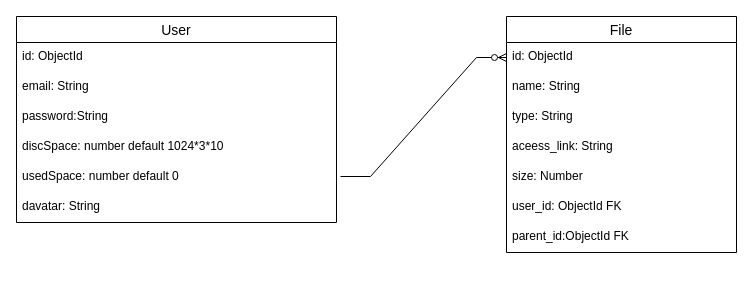
IImagII/cloudstorage keeps this draw.io diagram as createDiagram.drawio. Above is the earlier version. Source tidied: cells renumbered, new cells numbered last; positions are measured from the earlier drawing's top-left corner, leaving out a move shared by most shapes. Both pictures are drawn from the tidied source at 100%, with x=0, y=0 at pixel (16, 16).
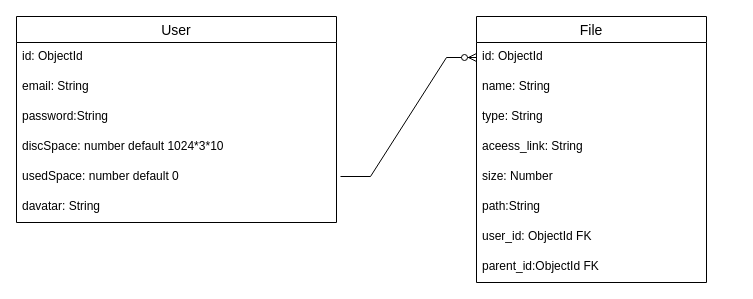
The same page after the edit.

Diff of the diagram source:
```diff
@@
 <mxGraphModel>
   <root>
     <mxCell id="0" />
     <mxCell id="1" parent="0" />
     <mxCell id="2" value="User" style="swimlane;fontStyle=0;horizontal=1;startSize=26;align=center;fontSize=14;" parent="1" vertex="1">
       <mxGeometry width="320" height="206" as="geometry" />
     </mxCell>
     <mxCell id="3" value="id: ObjectId" style="text;strokeColor=none;fillColor=none;spacingLeft=4;spacingRight=4;overflow=hidden;fontSize=12;" parent="2" vertex="1">
       <mxGeometry y="26" width="320" height="30" as="geometry" />
     </mxCell>
     <mxCell id="4" value="email: String" style="text;strokeColor=none;fillColor=none;spacingLeft=4;spacingRight=4;overflow=hidden;fontSize=12;" parent="2" vertex="1">
       <mxGeometry y="56" width="320" height="30" as="geometry" />
     </mxCell>
     <mxCell id="5" value="password:String" style="text;strokeColor=none;fillColor=none;spacingLeft=4;spacingRight=4;overflow=hidden;fontSize=12;" parent="2" vertex="1">
       <mxGeometry y="86" width="320" height="30" as="geometry" />
     </mxCell>
     <mxCell id="6" value="discSpace: number default 1024*3*10" style="text;strokeColor=none;fillColor=none;spacingLeft=4;spacingRight=4;overflow=hidden;fontSize=12;" parent="2" vertex="1">
       <mxGeometry y="116" width="320" height="30" as="geometry" />
     </mxCell>
     <mxCell id="7" value="usedSpace: number default 0" style="text;strokeColor=none;fillColor=none;spacingLeft=4;spacingRight=4;overflow=hidden;fontSize=12;" parent="2" vertex="1">
       <mxGeometry y="146" width="320" height="30" as="geometry" />
     </mxCell>
     <mxCell id="8" value="davatar: String" style="text;strokeColor=none;fillColor=none;spacingLeft=4;spacingRight=4;overflow=hidden;fontSize=12;" parent="2" vertex="1">
       <mxGeometry y="176" width="320" height="30" as="geometry" />
     </mxCell>
     <mxCell id="9" value="File" style="swimlane;fontStyle=0;horizontal=1;startSize=26;align=center;fontSize=14;" parent="1" vertex="1">
-      <mxGeometry x="490" width="230" height="236" as="geometry" />
+      <mxGeometry x="460" width="230" height="266" as="geometry" />
     </mxCell>
     <mxCell id="10" value="id: ObjectId" style="text;strokeColor=none;fillColor=none;spacingLeft=4;spacingRight=4;overflow=hidden;points=[[0,0.5],[1,0.5]];portConstraint=eastwest;fontSize=12;" parent="9" vertex="1">
       <mxGeometry y="26" width="230" height="30" as="geometry" />
     </mxCell>
     <mxCell id="11" value="name: String&#10;" style="text;strokeColor=none;fillColor=none;spacingLeft=4;spacingRight=4;overflow=hidden;fontSize=12;" parent="9" vertex="1">
       <mxGeometry y="56" width="230" height="30" as="geometry" />
     </mxCell>
     <mxCell id="12" value="type: String" style="text;strokeColor=none;fillColor=none;spacingLeft=4;spacingRight=4;overflow=hidden;fontSize=12;" parent="9" vertex="1">
       <mxGeometry y="86" width="230" height="30" as="geometry" />
     </mxCell>
     <mxCell id="13" value="aceess_link: String" style="text;strokeColor=none;fillColor=none;spacingLeft=4;spacingRight=4;overflow=hidden;fontSize=12;" parent="9" vertex="1">
       <mxGeometry y="116" width="230" height="30" as="geometry" />
     </mxCell>
     <mxCell id="14" value="size: Number" style="text;strokeColor=none;fillColor=none;spacingLeft=4;spacingRight=4;overflow=hidden;fontSize=12;" parent="9" vertex="1">
       <mxGeometry y="146" width="230" height="30" as="geometry" />
     </mxCell>
+    <mxCell id="16" value="path:String" style="text;strokeColor=none;fillColor=none;spacingLeft=4;spacingRight=4;overflow=hidden;fontSize=12;" parent="9" vertex="1">
+      <mxGeometry y="176" width="230" height="30" as="geometry" />
+    </mxCell>
     <mxCell id="15" value="user_id: ObjectId FK" style="text;strokeColor=none;fillColor=none;spacingLeft=4;spacingRight=4;overflow=hidden;fontSize=12;" parent="9" vertex="1">
-      <mxGeometry y="176" width="230" height="30" as="geometry" />
+      <mxGeometry y="206" width="230" height="30" as="geometry" />
     </mxCell>
-    <mxCell id="16" value="parent_id:ObjectId FK" style="text;strokeColor=none;fillColor=none;spacingLeft=4;spacingRight=4;overflow=hidden;fontSize=12;" parent="9" vertex="1">
-      <mxGeometry y="206" width="230" height="30" as="geometry" />
-    </mxCell>
+    <mxCell id="18" value="parent_id:ObjectId FK" style="text;strokeColor=none;fillColor=none;spacingLeft=4;spacingRight=4;overflow=hidden;fontSize=12;" parent="9" vertex="1">
+      <mxGeometry y="236" width="230" height="30" as="geometry" />
+    </mxCell>
     <mxCell id="17" style="edgeStyle=entityRelationEdgeStyle;fontSize=12;html=1;endArrow=ERzeroToMany;endFill=1;rounded=0;entryX=0;entryY=0.5;entryDx=0;entryDy=0;" parent="1" edge="1" target="10">
       <mxGeometry relative="1" as="geometry">
         <mxPoint x="324" y="160" as="sourcePoint" />
       </mxGeometry>
     </mxCell>
   </root>
 </mxGraphModel>
```
